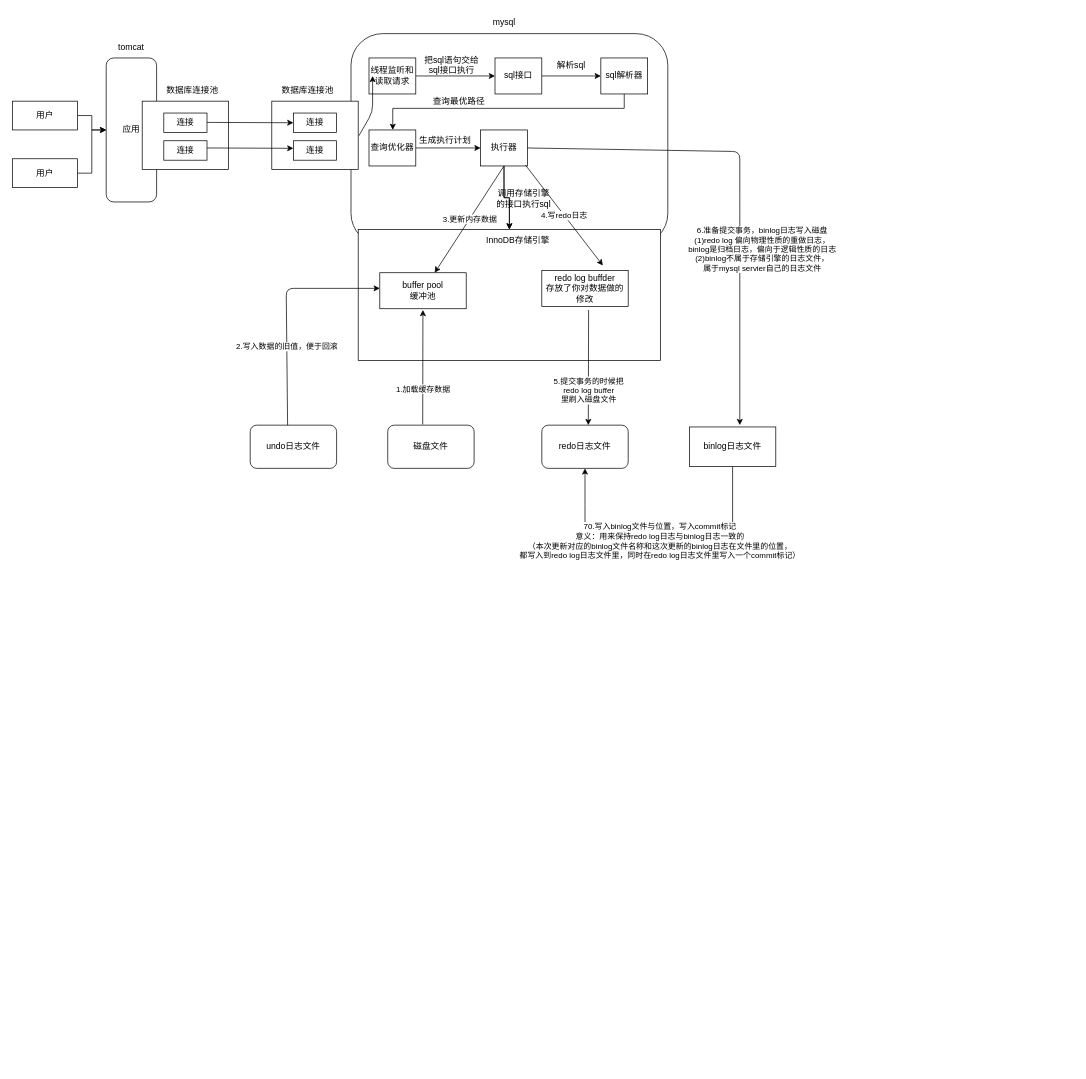
Above: mysql.drawio in ShareTheWord/ml (draw.io), before the change. Source tidied: cells renumbered, new cells numbered last; positions are measured from the earlier drawing's top-left corner, leaving out a move shared by most shapes. Both pictures are drawn from the tidied source at 72%, with x=0, y=0 at pixel (12, 12).
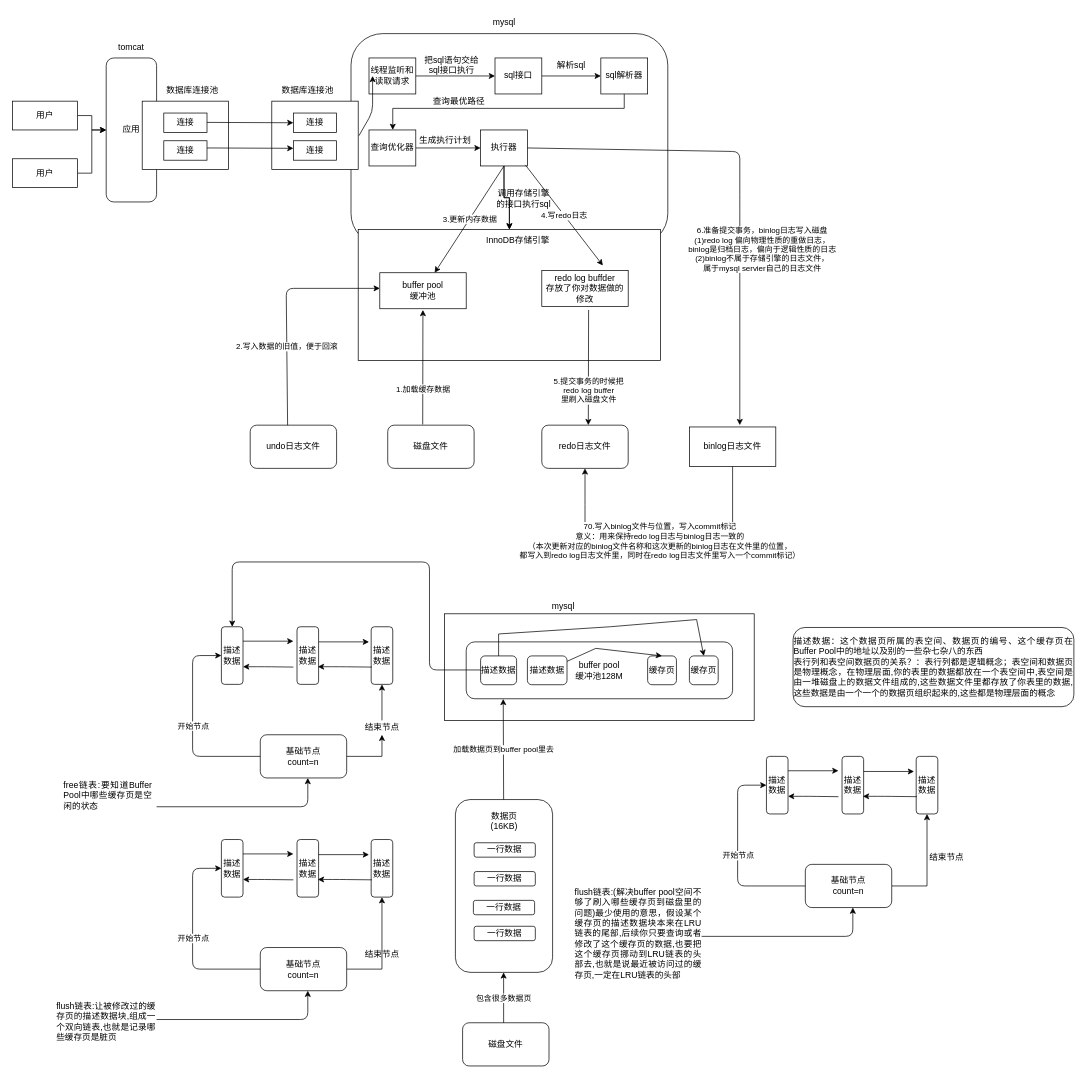
The same diagram, later.

The edit, as a diff of the source:
```diff
@@
+    <mxCell id="64" style="rounded=0;whiteSpace=wrap;html=1;" parent="1" vertex="1">
+      <mxGeometry x="600" y="836" width="430" height="148" as="geometry" />
+    </mxCell>
+    <mxCell id="65" value="mysql" style="text;html=1;strokeColor=none;fillColor=none;align=center;verticalAlign=middle;whiteSpace=wrap;rounded=0;" parent="1" vertex="1">
+      <mxGeometry x="745" y="816" width="40" height="20" as="geometry" />
+    </mxCell>
+    <mxCell id="66" value="&lt;span&gt;buffer pool&lt;/span&gt;&lt;br&gt;&lt;span&gt;缓冲池128M&lt;/span&gt;" style="rounded=1;whiteSpace=wrap;html=1;" parent="1" vertex="1">
+      <mxGeometry x="630" y="875" width="370" height="79" as="geometry" />
+    </mxCell>
+    <mxCell id="67" value="缓存页" style="rounded=1;whiteSpace=wrap;html=1;" parent="1" vertex="1">
+      <mxGeometry x="882" y="894.5" width="40" height="40" as="geometry" />
+    </mxCell>
+    <mxCell id="68" value="缓存页" style="rounded=1;whiteSpace=wrap;html=1;" parent="1" vertex="1">
+      <mxGeometry x="940" y="894.5" width="40" height="40" as="geometry" />
+    </mxCell>
+    <mxCell id="69" style="edgeStyle=none;rounded=0;jettySize=auto;html=1;entryX=0.5;entryY=0;entryDx=0;entryDy=0;" parent="1" edge="1" source="70" target="68">
+      <mxGeometry relative="1" as="geometry">
+        <Array as="points">
+          <mxPoint x="675" y="864" />
+          <mxPoint x="830" y="854" />
+          <mxPoint x="950" y="844" />
+        </Array>
+      </mxGeometry>
+    </mxCell>
+    <mxCell id="70" value="描述数据" style="rounded=1;whiteSpace=wrap;html=1;" parent="1" vertex="1">
+      <mxGeometry x="650" y="894.5" width="50" height="40" as="geometry" />
+    </mxCell>
+    <mxCell id="71" style="edgeStyle=none;rounded=0;jettySize=auto;html=1;entryX=0.5;entryY=0;entryDx=0;entryDy=0;" parent="1" edge="1" source="72" target="67">
+      <mxGeometry relative="1" as="geometry">
+        <Array as="points">
+          <mxPoint x="810" y="884" />
+        </Array>
+      </mxGeometry>
+    </mxCell>
+    <mxCell id="72" value="描述数据" style="rounded=1;whiteSpace=wrap;html=1;" parent="1" vertex="1">
+      <mxGeometry x="715" y="894.5" width="55" height="40" as="geometry" />
+    </mxCell>
+    <mxCell id="73" style="rounded=1;whiteSpace=wrap;html=1;" parent="1" vertex="1">
+      <mxGeometry x="615" y="1094" width="135" height="240" as="geometry" />
+    </mxCell>
+    <mxCell id="74" value="数据页(16KB)" style="text;html=1;strokeColor=none;fillColor=none;align=center;verticalAlign=middle;whiteSpace=wrap;rounded=0;" parent="1" vertex="1">
+      <mxGeometry x="663" y="1114" width="40" height="20" as="geometry" />
+    </mxCell>
+    <mxCell id="75" value="一行数据" style="rounded=1;whiteSpace=wrap;html=1;" parent="1" vertex="1">
+      <mxGeometry x="641" y="1154" width="85" height="20" as="geometry" />
+    </mxCell>
+    <mxCell id="76" value="一行数据" style="rounded=1;whiteSpace=wrap;html=1;" parent="1" vertex="1">
+      <mxGeometry x="641" y="1194" width="85" height="20" as="geometry" />
+    </mxCell>
+    <mxCell id="77" value="一行数据" style="rounded=1;whiteSpace=wrap;html=1;" parent="1" vertex="1">
+      <mxGeometry x="640" y="1234" width="85" height="20" as="geometry" />
+    </mxCell>
+    <mxCell id="78" value="一行数据" style="rounded=1;whiteSpace=wrap;html=1;" parent="1" vertex="1">
+      <mxGeometry x="641" y="1270" width="85" height="20" as="geometry" />
+    </mxCell>
+    <mxCell id="79" value="磁盘文件" style="rounded=1;whiteSpace=wrap;html=1;" parent="1" vertex="1">
+      <mxGeometry x="625" y="1404" width="120" height="60" as="geometry" />
+    </mxCell>
+    <mxCell id="80" style="endArrow=classic;html=1;entryX=0.496;entryY=1;entryDx=0;entryDy=0;entryPerimeter=0;" parent="1" edge="1" target="73">
+      <mxGeometry relative="1" as="geometry">
+        <mxPoint x="682" y="1404" as="sourcePoint" />
+      </mxGeometry>
+    </mxCell>
+    <mxCell id="81" value="包含很多数据页" style="edgeLabel;html=1;align=center;verticalAlign=middle;" parent="80" vertex="1">
+      <mxGeometry relative="1" as="geometry" />
+    </mxCell>
+    <mxCell id="82" style="endArrow=classic;html=1;entryX=0.139;entryY=1.003;entryDx=0;entryDy=0;entryPerimeter=0;" parent="1" edge="1" target="66">
+      <mxGeometry relative="1" as="geometry">
+        <mxPoint x="682" y="1094" as="sourcePoint" />
+      </mxGeometry>
+    </mxCell>
+    <mxCell id="83" value="加载数据页到buffer pool里去" style="edgeLabel;html=1;align=center;verticalAlign=middle;" parent="82" vertex="1">
+      <mxGeometry relative="1" as="geometry" />
+    </mxCell>
+    <mxCell id="84" style="edgeStyle=none;rounded=0;jettySize=auto;html=1;exitX=1;exitY=0.25;exitDx=0;exitDy=0;" parent="1" edge="1" source="85">
+      <mxGeometry relative="1" as="geometry">
+        <mxPoint x="390" y="874" as="targetPoint" />
+      </mxGeometry>
+    </mxCell>
+    <mxCell id="85" value="描述数据" style="rounded=1;whiteSpace=wrap;html=1;" parent="1" vertex="1">
+      <mxGeometry x="290" y="854" width="30" height="80" as="geometry" />
+    </mxCell>
+    <mxCell id="86" value="描述数据" style="rounded=1;whiteSpace=wrap;html=1;" parent="1" vertex="1">
+      <mxGeometry x="395" y="854" width="30" height="80" as="geometry" />
+    </mxCell>
+    <mxCell id="87" value="描述数据" style="rounded=1;whiteSpace=wrap;html=1;" parent="1" vertex="1">
+      <mxGeometry x="498" y="854" width="30" height="80" as="geometry" />
+    </mxCell>
+    <mxCell id="88" style="edgeStyle=none;rounded=0;orthogonalLoop=1;jettySize=auto;html=1;exitX=1;exitY=0.5;exitDx=0;exitDy=0;" parent="1" edge="1">
+      <mxGeometry relative="1" as="geometry">
+        <mxPoint x="425" y="875" as="sourcePoint" />
+        <mxPoint x="495" y="875" as="targetPoint" />
+      </mxGeometry>
+    </mxCell>
+    <mxCell id="89" style="endArrow=classic;html=1;" parent="1" edge="1">
+      <mxGeometry relative="1" as="geometry">
+        <mxPoint x="499" y="910" as="sourcePoint" />
+        <mxPoint x="424" y="909.5" as="targetPoint" />
+        <Array as="points">
+          <mxPoint x="454" y="909.5" />
+        </Array>
+      </mxGeometry>
+    </mxCell>
+    <mxCell id="90" style="endArrow=classic;html=1;" parent="1" edge="1">
+      <mxGeometry relative="1" as="geometry">
+        <mxPoint x="390" y="910" as="sourcePoint" />
+        <mxPoint x="320" y="909.5" as="targetPoint" />
+        <Array as="points">
+          <mxPoint x="350" y="909.5" />
+        </Array>
+      </mxGeometry>
+    </mxCell>
+    <mxCell id="91" style="endArrow=classic;html=1;entryX=0.5;entryY=0;entryDx=0;entryDy=0;" parent="1" edge="1" target="85">
+      <mxGeometry relative="1" as="geometry">
+        <mxPoint x="650" y="914" as="sourcePoint" />
+        <Array as="points">
+          <mxPoint x="579" y="914" />
+          <mxPoint x="579" y="764" />
+          <mxPoint x="305" y="764" />
+        </Array>
+      </mxGeometry>
+    </mxCell>
+    <mxCell id="92" style="edgeStyle=none;rounded=0;jettySize=auto;html=1;entryX=0.5;entryY=1;entryDx=0;entryDy=0;" parent="1" edge="1" source="130" target="87">
+      <mxGeometry relative="1" as="geometry" />
+    </mxCell>
+    <mxCell id="93" value="基础节点&lt;br&gt;count=n" style="rounded=1;whiteSpace=wrap;html=1;" parent="1" vertex="1">
+      <mxGeometry x="344" y="1004" width="120" height="60" as="geometry" />
+    </mxCell>
+    <mxCell id="94" value="&lt;div style=&quot;text-align: justify&quot;&gt;&lt;span&gt;free链表:&lt;/span&gt;&lt;span&gt;要知道Buffer Pool中哪些缓存页是空闲的状态&lt;/span&gt;&lt;/div&gt;" style="text;html=1;strokeColor=none;fillColor=none;align=center;verticalAlign=middle;whiteSpace=wrap;rounded=0;" parent="1" vertex="1">
+      <mxGeometry x="70" y="1064" width="125" height="50" as="geometry" />
+    </mxCell>
+    <mxCell id="95" style="endArrow=classic;html=1;entryX=0;entryY=0.5;entryDx=0;entryDy=0;" parent="1" edge="1" target="85">
+      <mxGeometry relative="1" as="geometry">
+        <mxPoint x="344" y="1034" as="sourcePoint" />
+        <Array as="points">
+          <mxPoint x="250" y="1034" />
+          <mxPoint x="250" y="894" />
+        </Array>
+      </mxGeometry>
+    </mxCell>
+    <mxCell id="96" value="开始节点" style="edgeLabel;html=1;align=center;verticalAlign=middle;" parent="95" vertex="1">
+      <mxGeometry relative="1" as="geometry" />
+    </mxCell>
+    <mxCell id="97" value="&lt;div style=&quot;text-align: justify&quot;&gt;&lt;span&gt;描述数据：这个数据页所属的表空间、数据页的编号、这个缓存页在Buffer Pool中的地址以及别的一些杂七杂八的东西&lt;/span&gt;&lt;/div&gt;&lt;div style=&quot;text-align: justify&quot;&gt;&lt;span&gt;表行列和表空间数据页的关系？：表行列都是逻辑概念；表空间和数据页是物理概念，&lt;/span&gt;&lt;span&gt;在物理层面,你的表里的数据都放在一个表空间中,表空间&lt;/span&gt;&lt;span&gt;是由一堆磁盘上的数据文件组成的,这些数据文件里都存放了你表里的数据,这些数据是由一个一个的数据页组织起&lt;/span&gt;&lt;span&gt;来的,这些都是物理层面的概念&lt;/span&gt;&lt;/div&gt;" style="rounded=1;whiteSpace=wrap;html=1;" parent="1" vertex="1">
+      <mxGeometry x="1084" y="855" width="390" height="110" as="geometry" />
+    </mxCell>
+    <mxCell id="98" style="endArrow=classic;html=1;" parent="1" edge="1">
+      <mxGeometry relative="1" as="geometry">
+        <mxPoint x="200" y="1104" as="sourcePoint" />
+        <mxPoint x="410" y="1064" as="targetPoint" />
+        <Array as="points">
+          <mxPoint x="410" y="1104" />
+        </Array>
+      </mxGeometry>
+    </mxCell>
+    <mxCell id="99" style="edgeStyle=none;rounded=0;orthogonalLoop=1;jettySize=auto;html=1;exitX=0.5;exitY=1;exitDx=0;exitDy=0;" parent="1" edge="1" source="94" target="94">
+      <mxGeometry relative="1" as="geometry" />
+    </mxCell>
+    <mxCell id="100" style="edgeStyle=none;rounded=0;jettySize=auto;html=1;exitX=1;exitY=0.25;exitDx=0;exitDy=0;" parent="1" edge="1" source="101">
+      <mxGeometry relative="1" as="geometry">
+        <mxPoint x="390" y="1169.5" as="targetPoint" />
+      </mxGeometry>
+    </mxCell>
+    <mxCell id="101" value="描述数据" style="rounded=1;whiteSpace=wrap;html=1;" parent="1" vertex="1">
+      <mxGeometry x="290" y="1149.5" width="30" height="80" as="geometry" />
+    </mxCell>
+    <mxCell id="102" value="描述数据" style="rounded=1;whiteSpace=wrap;html=1;" parent="1" vertex="1">
+      <mxGeometry x="395" y="1149.5" width="30" height="80" as="geometry" />
+    </mxCell>
+    <mxCell id="103" value="描述数据" style="rounded=1;whiteSpace=wrap;html=1;" parent="1" vertex="1">
+      <mxGeometry x="498" y="1149.5" width="30" height="80" as="geometry" />
+    </mxCell>
+    <mxCell id="104" style="edgeStyle=none;rounded=0;orthogonalLoop=1;jettySize=auto;html=1;exitX=1;exitY=0.5;exitDx=0;exitDy=0;" parent="1" edge="1">
+      <mxGeometry relative="1" as="geometry">
+        <mxPoint x="425" y="1170.5" as="sourcePoint" />
+        <mxPoint x="495" y="1170.5" as="targetPoint" />
+      </mxGeometry>
+    </mxCell>
+    <mxCell id="105" style="endArrow=classic;html=1;" parent="1" edge="1">
+      <mxGeometry relative="1" as="geometry">
+        <mxPoint x="499" y="1205.5" as="sourcePoint" />
+        <mxPoint x="424" y="1205" as="targetPoint" />
+        <Array as="points">
+          <mxPoint x="454" y="1205" />
+        </Array>
+      </mxGeometry>
+    </mxCell>
+    <mxCell id="106" style="endArrow=classic;html=1;" parent="1" edge="1">
+      <mxGeometry relative="1" as="geometry">
+        <mxPoint x="390" y="1205.5" as="sourcePoint" />
+        <mxPoint x="320" y="1205" as="targetPoint" />
+        <Array as="points">
+          <mxPoint x="350" y="1205" />
+        </Array>
+      </mxGeometry>
+    </mxCell>
+    <mxCell id="107" style="edgeStyle=none;rounded=0;jettySize=auto;html=1;entryX=0.5;entryY=1;entryDx=0;entryDy=0;" parent="1" edge="1" source="108" target="103">
+      <mxGeometry relative="1" as="geometry">
+        <Array as="points">
+          <mxPoint x="513" y="1329.5" />
+        </Array>
+      </mxGeometry>
+    </mxCell>
+    <mxCell id="108" value="基础节点&lt;br&gt;count=n" style="rounded=1;whiteSpace=wrap;html=1;" parent="1" vertex="1">
+      <mxGeometry x="344" y="1299.5" width="120" height="60" as="geometry" />
+    </mxCell>
+    <mxCell id="109" value="&lt;div style=&quot;text-align: justify&quot;&gt;&lt;span&gt;flush链表:&lt;/span&gt;&lt;span&gt;让被修改过的缓存页的描述数据块,组成一个双向链表,也就是记录哪些&lt;/span&gt;&lt;span&gt;缓存页是脏页&lt;/span&gt;&lt;/div&gt;" style="text;html=1;strokeColor=none;fillColor=none;align=center;verticalAlign=middle;whiteSpace=wrap;rounded=0;" parent="1" vertex="1">
+      <mxGeometry x="60" y="1369.5" width="140" height="64.5" as="geometry" />
+    </mxCell>
+    <mxCell id="110" style="endArrow=classic;html=1;entryX=0;entryY=0.5;entryDx=0;entryDy=0;" parent="1" edge="1" target="101">
+      <mxGeometry relative="1" as="geometry">
+        <mxPoint x="344" y="1329.5" as="sourcePoint" />
+        <Array as="points">
+          <mxPoint x="250" y="1329.5" />
+          <mxPoint x="250" y="1189.5" />
+        </Array>
+      </mxGeometry>
+    </mxCell>
+    <mxCell id="111" value="开始节点" style="edgeLabel;html=1;align=center;verticalAlign=middle;" parent="110" vertex="1">
+      <mxGeometry relative="1" as="geometry" />
+    </mxCell>
+    <mxCell id="112" style="endArrow=classic;html=1;" parent="1" edge="1">
+      <mxGeometry relative="1" as="geometry">
+        <mxPoint x="200" y="1399.5" as="sourcePoint" />
+        <mxPoint x="410" y="1359.5" as="targetPoint" />
+        <Array as="points">
+          <mxPoint x="410" y="1399.5" />
+        </Array>
+      </mxGeometry>
+    </mxCell>
+    <mxCell id="113" style="edgeStyle=none;rounded=0;orthogonalLoop=1;jettySize=auto;html=1;exitX=0.5;exitY=1;exitDx=0;exitDy=0;" parent="1" edge="1" source="109" target="109">
+      <mxGeometry relative="1" as="geometry" />
+    </mxCell>
+    <mxCell id="114" style="edgeStyle=none;rounded=0;jettySize=auto;html=1;exitX=1;exitY=0.25;exitDx=0;exitDy=0;" parent="1" edge="1" source="115">
+      <mxGeometry relative="1" as="geometry">
+        <mxPoint x="1147" y="1054" as="targetPoint" />
+      </mxGeometry>
+    </mxCell>
+    <mxCell id="115" value="描述数据" style="rounded=1;whiteSpace=wrap;html=1;" parent="1" vertex="1">
+      <mxGeometry x="1047" y="1034" width="30" height="80" as="geometry" />
+    </mxCell>
+    <mxCell id="116" value="描述数据" style="rounded=1;whiteSpace=wrap;html=1;" parent="1" vertex="1">
+      <mxGeometry x="1152" y="1034" width="30" height="80" as="geometry" />
+    </mxCell>
+    <mxCell id="117" value="描述数据" style="rounded=1;whiteSpace=wrap;html=1;" parent="1" vertex="1">
+      <mxGeometry x="1255" y="1034" width="30" height="80" as="geometry" />
+    </mxCell>
+    <mxCell id="118" style="edgeStyle=none;rounded=0;orthogonalLoop=1;jettySize=auto;html=1;exitX=1;exitY=0.5;exitDx=0;exitDy=0;" parent="1" edge="1">
+      <mxGeometry relative="1" as="geometry">
+        <mxPoint x="1182" y="1055" as="sourcePoint" />
+        <mxPoint x="1252" y="1055" as="targetPoint" />
+      </mxGeometry>
+    </mxCell>
+    <mxCell id="119" style="endArrow=classic;html=1;" parent="1" edge="1">
+      <mxGeometry relative="1" as="geometry">
+        <mxPoint x="1256" y="1090" as="sourcePoint" />
+        <mxPoint x="1181" y="1089.5" as="targetPoint" />
+        <Array as="points">
+          <mxPoint x="1211" y="1089.5" />
+        </Array>
+      </mxGeometry>
+    </mxCell>
+    <mxCell id="120" style="endArrow=classic;html=1;" parent="1" edge="1">
+      <mxGeometry relative="1" as="geometry">
+        <mxPoint x="1147" y="1090" as="sourcePoint" />
+        <mxPoint x="1077" y="1089.5" as="targetPoint" />
+        <Array as="points">
+          <mxPoint x="1107" y="1089.5" />
+        </Array>
+      </mxGeometry>
+    </mxCell>
+    <mxCell id="121" style="edgeStyle=none;rounded=0;jettySize=auto;html=1;entryX=0.5;entryY=1;entryDx=0;entryDy=0;" parent="1" edge="1" source="122" target="117">
+      <mxGeometry relative="1" as="geometry">
+        <Array as="points">
+          <mxPoint x="1270" y="1214" />
+        </Array>
+      </mxGeometry>
+    </mxCell>
+    <mxCell id="122" value="基础节点&lt;br&gt;count=n" style="rounded=1;whiteSpace=wrap;html=1;" parent="1" vertex="1">
+      <mxGeometry x="1101" y="1184" width="120" height="60" as="geometry" />
+    </mxCell>
+    <mxCell id="123" value="&lt;div style=&quot;text-align: justify&quot;&gt;&lt;span&gt;flush链表:(解决buffer pool空间不够了刷入哪些缓存页到磁盘里的问题)最少使用的意思，&lt;/span&gt;&lt;span&gt;假设某个缓存页的描述数据块本来在LRU链表的尾部,后续你只要查询或者修改了这个缓存页的数据,也要把这&lt;/span&gt;&lt;span&gt;个缓存页挪动到LRU链表的头部去,也就是说最近被访问过的缓存页,一定在LRU链表的头部&lt;/span&gt;&lt;/div&gt;" style="text;html=1;strokeColor=none;fillColor=none;align=center;verticalAlign=middle;whiteSpace=wrap;rounded=0;" parent="1" vertex="1">
+      <mxGeometry x="780" y="1227.8" width="178" height="104.5" as="geometry" />
+    </mxCell>
+    <mxCell id="124" style="endArrow=classic;html=1;entryX=0;entryY=0.5;entryDx=0;entryDy=0;" parent="1" edge="1" target="115">
+      <mxGeometry relative="1" as="geometry">
+        <mxPoint x="1101" y="1214" as="sourcePoint" />
+        <Array as="points">
+          <mxPoint x="1007" y="1214" />
+          <mxPoint x="1007" y="1074" />
+        </Array>
+      </mxGeometry>
+    </mxCell>
+    <mxCell id="125" value="开始节点" style="edgeLabel;html=1;align=center;verticalAlign=middle;" parent="124" vertex="1">
+      <mxGeometry relative="1" as="geometry" />
+    </mxCell>
+    <mxCell id="126" style="endArrow=classic;html=1;" parent="1" edge="1">
+      <mxGeometry relative="1" as="geometry">
+        <mxPoint x="957" y="1284" as="sourcePoint" />
+        <mxPoint x="1167" y="1244" as="targetPoint" />
+        <Array as="points">
+          <mxPoint x="1167" y="1284" />
+        </Array>
+      </mxGeometry>
+    </mxCell>
+    <mxCell id="127" style="edgeStyle=none;rounded=0;orthogonalLoop=1;jettySize=auto;html=1;exitX=0.5;exitY=1;exitDx=0;exitDy=0;" parent="1" edge="1" source="123" target="123">
+      <mxGeometry relative="1" as="geometry" />
+    </mxCell>
+    <mxCell id="128" value="结束节点" style="text;html=1;strokeColor=none;fillColor=none;align=center;verticalAlign=middle;whiteSpace=wrap;rounded=0;" parent="1" vertex="1">
+      <mxGeometry x="1270" y="1164" width="55" height="20" as="geometry" />
+    </mxCell>
+    <mxCell id="129" value="结束节点" style="text;html=1;strokeColor=none;fillColor=none;align=center;verticalAlign=middle;whiteSpace=wrap;rounded=0;" parent="1" vertex="1">
+      <mxGeometry x="485.5" y="1298.5" width="55" height="20" as="geometry" />
+    </mxCell>
+    <mxCell id="130" value="结束节点" style="text;html=1;strokeColor=none;fillColor=none;align=center;verticalAlign=middle;whiteSpace=wrap;rounded=0;" parent="1" vertex="1">
+      <mxGeometry x="485.5" y="984" width="55" height="20" as="geometry" />
+    </mxCell>
+    <mxCell id="131" style="edgeStyle=none;rounded=0;jettySize=auto;html=1;entryX=0.5;entryY=1;entryDx=0;entryDy=0;" parent="1" edge="1" source="93" target="130">
+      <mxGeometry relative="1" as="geometry">
+        <Array as="points">
+          <mxPoint x="513" y="1034" />
+        </Array>
+      </mxGeometry>
+    </mxCell>
```
